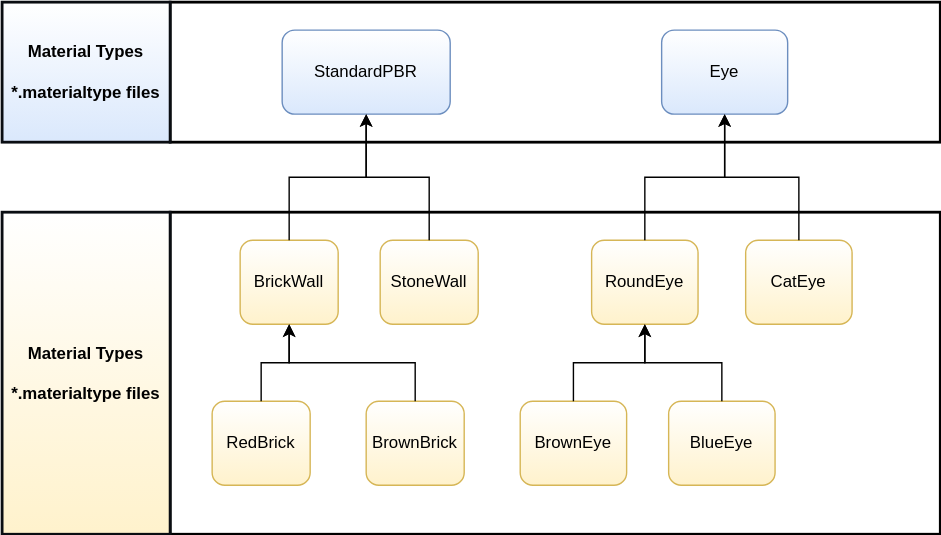
o3de/o3de.org keeps this draw.io diagram as static/images/atom-guide/materials/material-file-diagram.svg. Above is the earlier version. Source tidied: cells renumbered, new cells last; positions are measured from the earlier drawing's top-left corner, leaving out a move shared by most shapes.
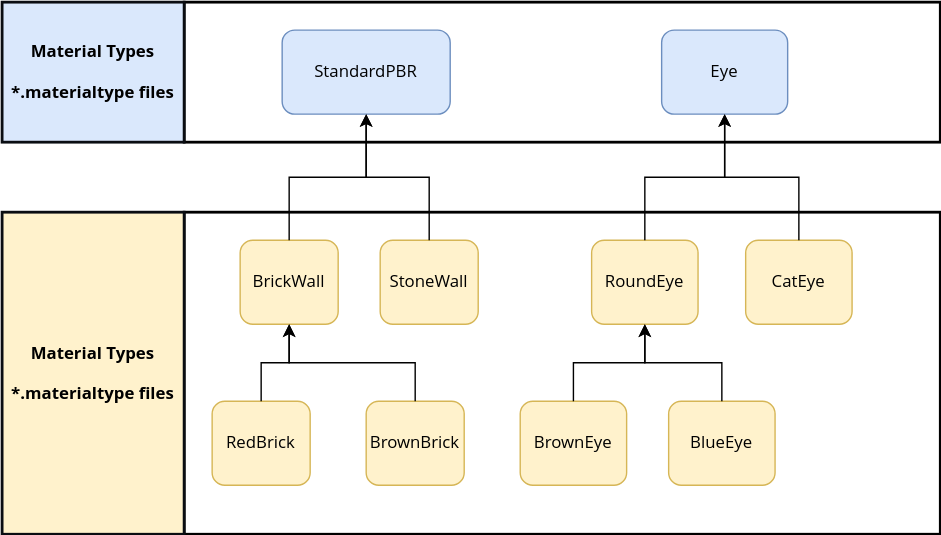
Later version of the same file.

What changed in the source:
```diff
@@ -3,45 +3,45 @@
     <mxCell id="0" />
     <mxCell id="1" parent="0" />
     <mxCell id="2" style="rounded=0;whiteSpace=wrap;html=1;gradientColor=#ffffff;gradientDirection=north;strokeWidth=2;" parent="1" vertex="1">
-      <mxGeometry x="120" width="550" height="100" as="geometry" />
+      <mxGeometry x="130" width="540" height="100" as="geometry" />
     </mxCell>
-    <mxCell id="3" value="StandardPBR" style="rounded=1;whiteSpace=wrap;html=1;fillColor=#dae8fc;strokeColor=#6c8ebf;gradientColor=#ffffff;gradientDirection=north;" parent="1" vertex="1">
+    <mxCell id="3" value="StandardPBR" style="rounded=1;whiteSpace=wrap;html=1;fillColor=#dae8fc;strokeColor=#6c8ebf;gradientColor=none;gradientDirection=north;fontFamily=Open Sans;fontSource=https%3A%2F%2Ffonts.googleapis.com%2Fcss%3Ffamily%3DOpen%2BSans;" parent="1" vertex="1">
       <mxGeometry x="200" y="20" width="120" height="60" as="geometry" />
     </mxCell>
-    <mxCell id="4" value="Eye" style="rounded=1;whiteSpace=wrap;html=1;fillColor=#dae8fc;strokeColor=#6c8ebf;gradientColor=#ffffff;gradientDirection=north;" parent="1" vertex="1">
+    <mxCell id="4" value="Eye" style="rounded=1;whiteSpace=wrap;html=1;fillColor=#dae8fc;strokeColor=#6c8ebf;gradientColor=none;gradientDirection=north;fontFamily=Open Sans;fontSource=https%3A%2F%2Ffonts.googleapis.com%2Fcss%3Ffamily%3DOpen%2BSans;" parent="1" vertex="1">
       <mxGeometry x="471" y="20" width="90" height="60" as="geometry" />
     </mxCell>
-    <mxCell id="5" value="&lt;div&gt;Material Types&lt;/div&gt;&lt;div&gt;&lt;br&gt;&lt;/div&gt;&lt;div&gt;*.materialtype files&lt;br&gt;&lt;/div&gt;" style="rounded=0;whiteSpace=wrap;html=1;gradientDirection=north;fillColor=#dae8fc;strokeColor=#0A0D12;gradientColor=#ffffff;fontStyle=1;strokeWidth=2;" parent="1" vertex="1">
-      <mxGeometry width="120" height="100" as="geometry" />
+    <mxCell id="5" value="&lt;div&gt;Material Types&lt;/div&gt;&lt;div&gt;&lt;br&gt;&lt;/div&gt;&lt;div&gt;*.materialtype files&lt;br&gt;&lt;/div&gt;" style="rounded=0;whiteSpace=wrap;html=1;gradientDirection=north;fillColor=#dae8fc;strokeColor=#0A0D12;gradientColor=none;fontStyle=1;strokeWidth=2;fontFamily=Open Sans;fontSource=https%3A%2F%2Ffonts.googleapis.com%2Fcss%3Ffamily%3DOpen%2BSans;" parent="1" vertex="1">
+      <mxGeometry width="130" height="100" as="geometry" />
     </mxCell>
     <mxCell id="6" style="rounded=0;whiteSpace=wrap;html=1;gradientColor=#ffffff;gradientDirection=north;strokeWidth=2;" parent="1" vertex="1">
-      <mxGeometry x="120" y="150" width="550" height="230" as="geometry" />
+      <mxGeometry x="130" y="150" width="540" height="230" as="geometry" />
     </mxCell>
-    <mxCell id="7" value="BrickWall" style="rounded=1;whiteSpace=wrap;html=1;fillColor=#fff2cc;strokeColor=#d6b656;gradientDirection=north;gradientColor=#ffffff;" parent="1" vertex="1">
+    <mxCell id="7" value="BrickWall" style="rounded=1;whiteSpace=wrap;html=1;fillColor=#fff2cc;strokeColor=#d6b656;gradientDirection=north;gradientColor=none;fontFamily=Open Sans;fontSource=https%3A%2F%2Ffonts.googleapis.com%2Fcss%3Ffamily%3DOpen%2BSans;" parent="1" vertex="1">
       <mxGeometry x="170" y="170" width="70" height="60" as="geometry" />
     </mxCell>
-    <mxCell id="8" value="&lt;div&gt;RoundEye&lt;/div&gt;" style="rounded=1;whiteSpace=wrap;html=1;fillColor=#fff2cc;strokeColor=#d6b656;gradientDirection=north;gradientColor=#ffffff;" parent="1" vertex="1">
+    <mxCell id="8" value="&lt;div&gt;RoundEye&lt;/div&gt;" style="rounded=1;whiteSpace=wrap;html=1;fillColor=#fff2cc;strokeColor=#d6b656;gradientDirection=north;gradientColor=none;fontFamily=Open Sans;fontSource=https%3A%2F%2Ffonts.googleapis.com%2Fcss%3Ffamily%3DOpen%2BSans;" parent="1" vertex="1">
       <mxGeometry x="421" y="170" width="76" height="60" as="geometry" />
     </mxCell>
-    <mxCell id="9" value="&lt;div&gt;Material Types&lt;/div&gt;&lt;div&gt;&lt;br&gt;&lt;/div&gt;&lt;div&gt;*.materialtype files&lt;br&gt;&lt;/div&gt;" style="rounded=0;whiteSpace=wrap;html=1;gradientDirection=north;fillColor=#fff2cc;strokeColor=#0A0D12;fontStyle=1;gradientColor=#ffffff;strokeWidth=2;" parent="1" vertex="1">
-      <mxGeometry y="150" width="120" height="230" as="geometry" />
+    <mxCell id="9" value="&lt;div&gt;Material Types&lt;/div&gt;&lt;div&gt;&lt;br&gt;&lt;/div&gt;&lt;div&gt;*.materialtype files&lt;br&gt;&lt;/div&gt;" style="rounded=0;whiteSpace=wrap;html=1;gradientDirection=north;fillColor=#fff2cc;strokeColor=#0A0D12;fontStyle=1;gradientColor=none;strokeWidth=2;fontFamily=Open Sans;fontSource=https%3A%2F%2Ffonts.googleapis.com%2Fcss%3Ffamily%3DOpen%2BSans;" parent="1" vertex="1">
+      <mxGeometry y="150" width="130" height="230" as="geometry" />
     </mxCell>
-    <mxCell id="10" value="StoneWall" style="rounded=1;whiteSpace=wrap;html=1;fillColor=#fff2cc;strokeColor=#d6b656;gradientDirection=north;gradientColor=#ffffff;" parent="1" vertex="1">
+    <mxCell id="10" value="StoneWall" style="rounded=1;whiteSpace=wrap;html=1;fillColor=#fff2cc;strokeColor=#d6b656;gradientDirection=north;gradientColor=none;fontFamily=Open Sans;fontSource=https%3A%2F%2Ffonts.googleapis.com%2Fcss%3Ffamily%3DOpen%2BSans;" parent="1" vertex="1">
       <mxGeometry x="270" y="170" width="70" height="60" as="geometry" />
     </mxCell>
-    <mxCell id="11" value="RedBrick" style="rounded=1;whiteSpace=wrap;html=1;fillColor=#fff2cc;strokeColor=#d6b656;gradientDirection=north;gradientColor=#ffffff;" parent="1" vertex="1">
+    <mxCell id="11" value="RedBrick" style="rounded=1;whiteSpace=wrap;html=1;fillColor=#fff2cc;strokeColor=#d6b656;gradientDirection=north;gradientColor=none;fontFamily=Open Sans;fontSource=https%3A%2F%2Ffonts.googleapis.com%2Fcss%3Ffamily%3DOpen%2BSans;" parent="1" vertex="1">
       <mxGeometry x="150" y="285" width="70" height="60" as="geometry" />
     </mxCell>
-    <mxCell id="12" value="BrownBrick" style="rounded=1;whiteSpace=wrap;html=1;fillColor=#fff2cc;strokeColor=#d6b656;gradientDirection=north;gradientColor=#ffffff;" parent="1" vertex="1">
+    <mxCell id="12" value="BrownBrick" style="rounded=1;whiteSpace=wrap;html=1;fillColor=#fff2cc;strokeColor=#d6b656;gradientDirection=north;gradientColor=none;fontFamily=Open Sans;fontSource=https%3A%2F%2Ffonts.googleapis.com%2Fcss%3Ffamily%3DOpen%2BSans;" parent="1" vertex="1">
       <mxGeometry x="260" y="285" width="70" height="60" as="geometry" />
     </mxCell>
-    <mxCell id="13" value="&lt;div&gt;CatEye&lt;/div&gt;" style="rounded=1;whiteSpace=wrap;html=1;fillColor=#fff2cc;strokeColor=#d6b656;gradientDirection=north;gradientColor=#ffffff;" parent="1" vertex="1">
+    <mxCell id="13" value="&lt;div&gt;CatEye&lt;/div&gt;" style="rounded=1;whiteSpace=wrap;html=1;fillColor=#fff2cc;strokeColor=#d6b656;gradientDirection=north;gradientColor=none;fontFamily=Open Sans;fontSource=https%3A%2F%2Ffonts.googleapis.com%2Fcss%3Ffamily%3DOpen%2BSans;" parent="1" vertex="1">
       <mxGeometry x="531" y="170" width="76" height="60" as="geometry" />
     </mxCell>
-    <mxCell id="14" value="BlueEye " style="rounded=1;whiteSpace=wrap;html=1;fillColor=#fff2cc;strokeColor=#d6b656;gradientDirection=north;gradientColor=#ffffff;" parent="1" vertex="1">
+    <mxCell id="14" value="BlueEye " style="rounded=1;whiteSpace=wrap;html=1;fillColor=#fff2cc;strokeColor=#d6b656;gradientDirection=north;gradientColor=none;fontFamily=Open Sans;fontSource=https%3A%2F%2Ffonts.googleapis.com%2Fcss%3Ffamily%3DOpen%2BSans;" parent="1" vertex="1">
       <mxGeometry x="476" y="285" width="76" height="60" as="geometry" />
     </mxCell>
-    <mxCell id="15" value="BrownEye " style="rounded=1;whiteSpace=wrap;html=1;fillColor=#fff2cc;strokeColor=#d6b656;gradientDirection=north;gradientColor=#ffffff;" parent="1" vertex="1">
+    <mxCell id="15" value="BrownEye " style="rounded=1;whiteSpace=wrap;html=1;fillColor=#fff2cc;strokeColor=#d6b656;gradientDirection=north;gradientColor=none;fontFamily=Open Sans;fontSource=https%3A%2F%2Ffonts.googleapis.com%2Fcss%3Ffamily%3DOpen%2BSans;" parent="1" vertex="1">
       <mxGeometry x="370" y="285" width="76" height="60" as="geometry" />
     </mxCell>
     <mxCell id="16" style="endArrow=classic;html=1;rounded=0;exitX=0.5;exitY=0;exitDx=0;exitDy=0;entryX=0.5;entryY=1;entryDx=0;entryDy=0;edgeStyle=orthogonalEdgeStyle;" parent="1" edge="1" source="7" target="3">
```
